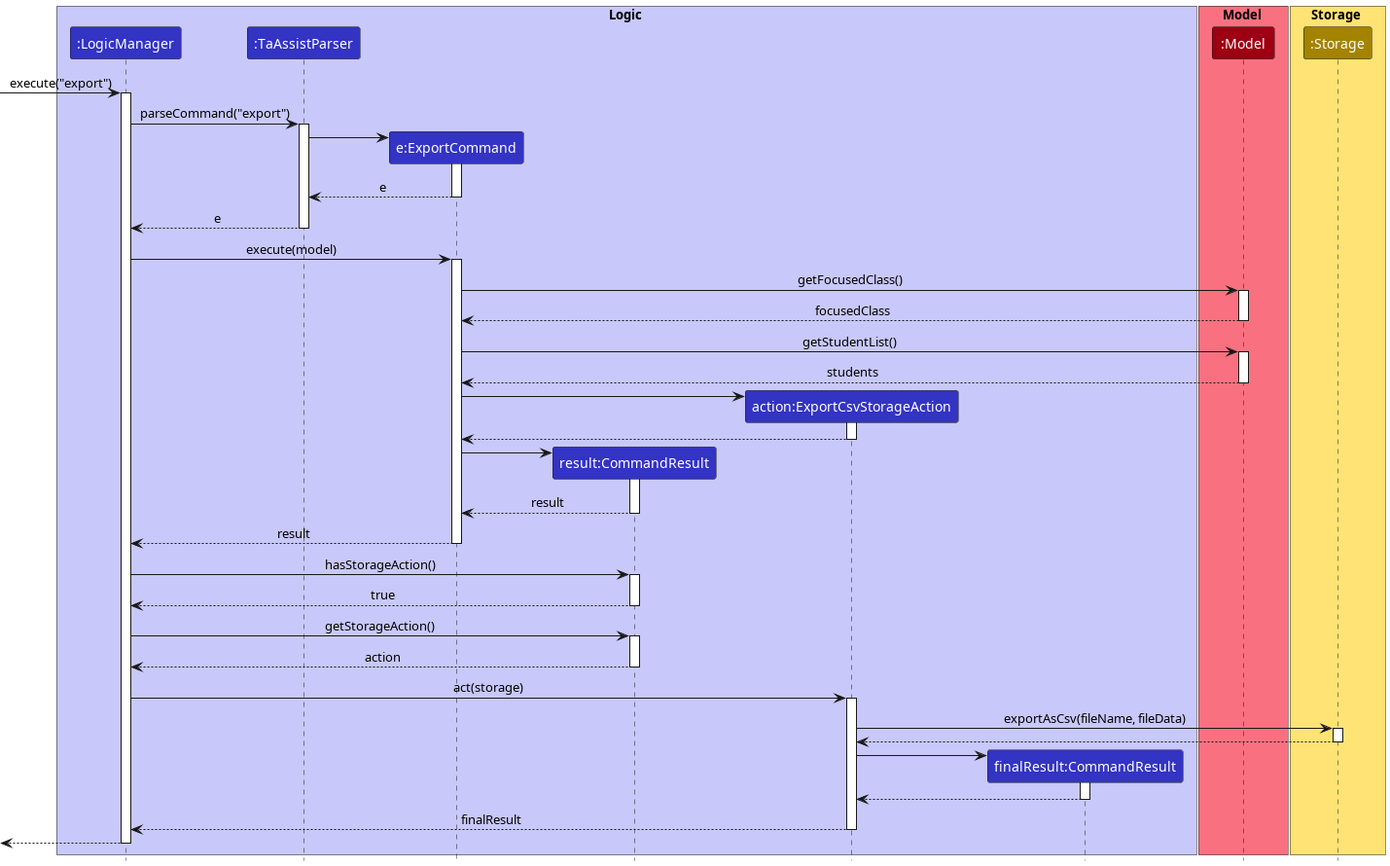
Above: docs/images/ExportCommandSequenceDiagram.png in nus-cs2103-AY2223S1/tp (PlantUML), before the change. Its diagram source:
```plantuml
@startuml
!include style.puml

box Logic LOGIC_COLOR_T1
participant ":LogicManager" as LogicManager LOGIC_COLOR
participant ":TaAssistParser" as TaAssistParser LOGIC_COLOR
participant "e:ExportCommand" as ExportCommand LOGIC_COLOR
participant "result:CommandResult" as CommandResult LOGIC_COLOR
participant "action:ExportCsvStorageAction" as ExportCsvStorageAction LOGIC_COLOR
participant "finalResult:CommandResult" as CommandResult2 LOGIC_COLOR
end box

box Model MODEL_COLOR_T1
participant ":Model" as Model MODEL_COLOR
end box

box Storage STORAGE_COLOR_T1
participant ":Storage" as Storage STORAGE_COLOR
end box

[-> LogicManager : execute("export")
activate LogicManager

LogicManager -> TaAssistParser : parseCommand("export")
activate TaAssistParser

create ExportCommand
TaAssistParser -> ExportCommand
activate ExportCommand

ExportCommand --> TaAssistParser : e
deactivate ExportCommand

TaAssistParser --> LogicManager : e
deactivate TaAssistParser

LogicManager -> ExportCommand : execute(model)
activate ExportCommand

ExportCommand -> Model : getFocusedClass()
activate Model

Model --> ExportCommand : focusedClass
deactivate Model

ExportCommand -> Model : getStudentList()
activate Model

Model --> ExportCommand : students
deactivate Model

create ExportCsvStorageAction
ExportCommand -> ExportCsvStorageAction
activate ExportCsvStorageAction

ExportCsvStorageAction --> ExportCommand
deactivate ExportCsvStorageAction

create CommandResult
ExportCommand -> CommandResult
activate CommandResult

CommandResult --> ExportCommand : result
deactivate CommandResult

ExportCommand --> LogicManager : result
deactivate ExportCommand

LogicManager -> CommandResult : hasStorageAction()
activate CommandResult

CommandResult --> LogicManager : true
deactivate CommandResult

LogicManager -> CommandResult: getStorageAction()
activate CommandResult
CommandResult --> LogicManager : action
deactivate CommandResult

LogicManager -> ExportCsvStorageAction : act(storage)
activate ExportCsvStorageAction

ExportCsvStorageAction -> Storage : exportAsCsv(fileName, fileData)
activate Storage

Storage --> ExportCsvStorageAction
deactivate Storage

create CommandResult2
ExportCsvStorageAction -> CommandResult2
activate CommandResult2

CommandResult2 --> ExportCsvStorageAction
deactivate CommandResult2

ExportCsvStorageAction --> LogicManager : finalResult
deactivate ExportCsvStorageAction

[<--LogicManager
deactivate LogicManager
@enduml
```
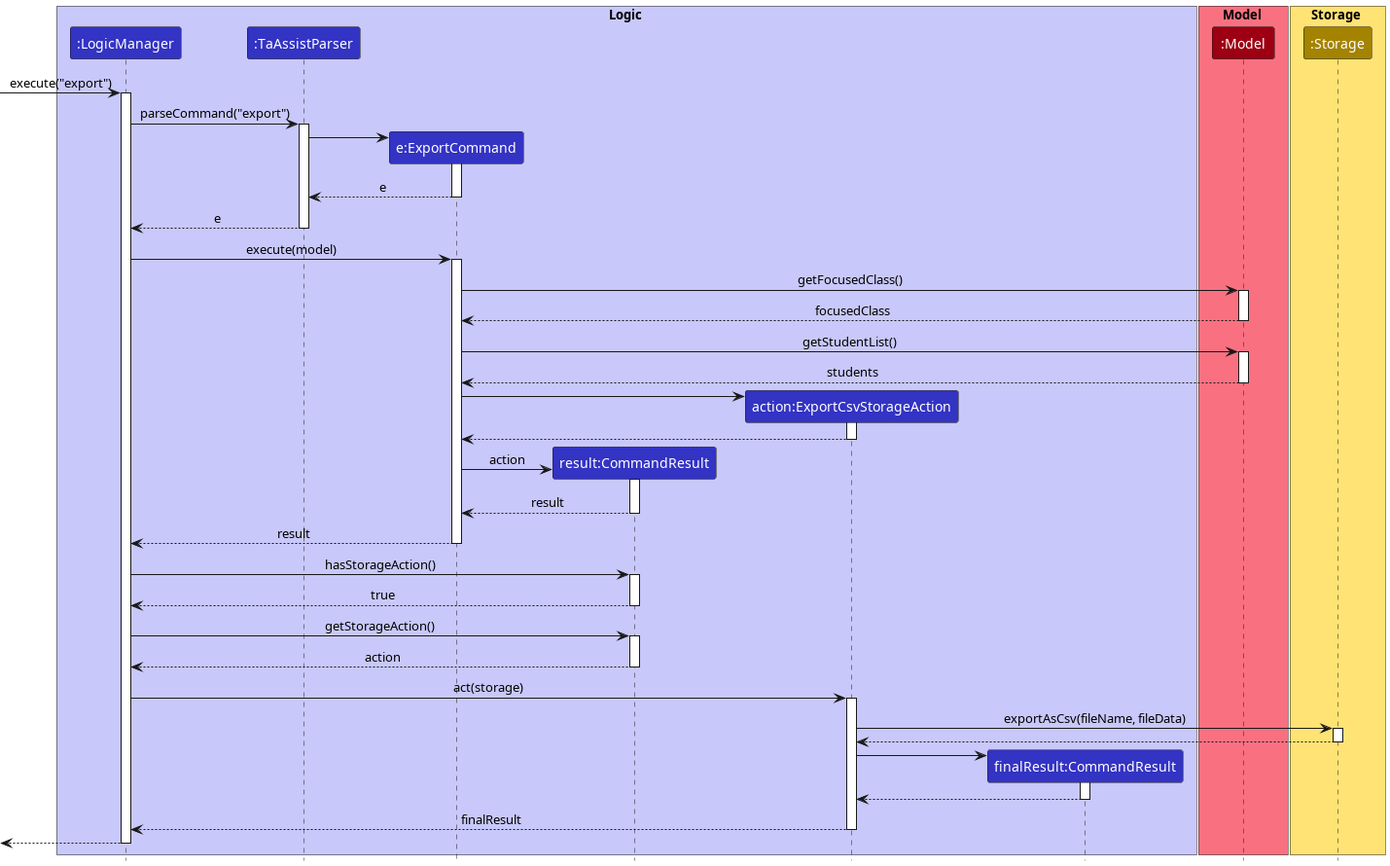
The same diagram one commit later.

Commit message:
Update export diagram

Diff of the diagram source:
```diff
@@ -57,7 +57,7 @@
 deactivate ExportCsvStorageAction
 
 create CommandResult
-ExportCommand -> CommandResult
+ExportCommand -> CommandResult: action
 activate CommandResult
 
 CommandResult --> ExportCommand : result
```
